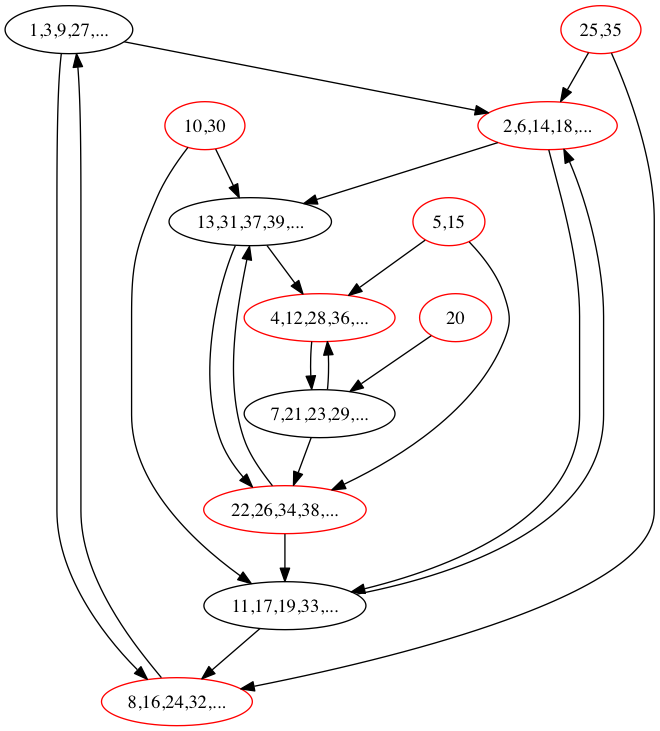
The Graphviz diagram graph40_q3a5b1.png in jwimberley/FiniteFieldCollatz, before a commit. Its source is kept beside it as graph40_q3a5b1.gv.
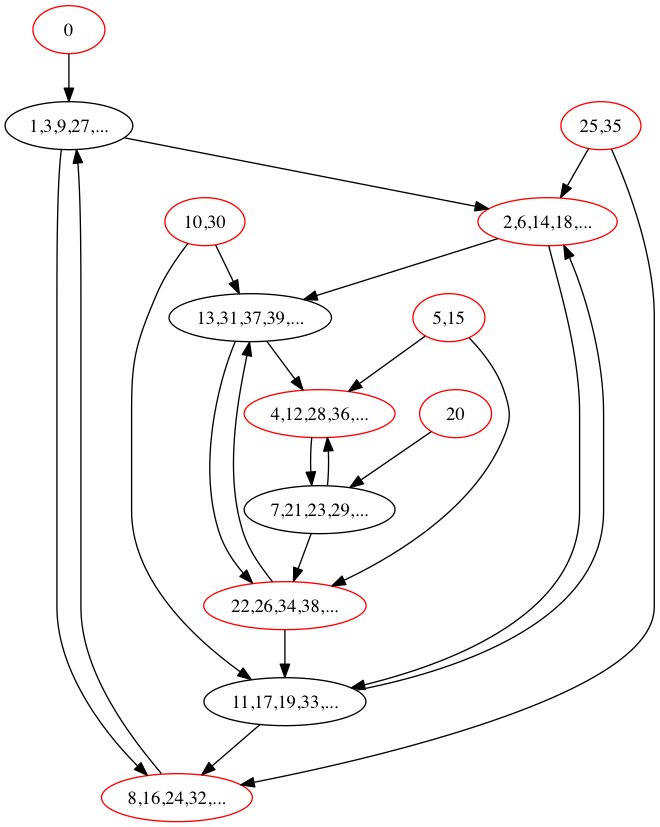
The same file after the commit.

Change to the diagram source:
```diff
@@ -1,35 +1,37 @@
 digraph G {
-0[label="1,3,9,27,...", color="black", bgcolor="lightgrey"];
-1[label="2,6,14,18,...", color="red", bgcolor="red"];
-2[label="4,12,28,36,...", color="red", bgcolor="red"];
-3[label="5,15", color="red", bgcolor="red"];
-4[label="7,21,23,29,...", color="black", bgcolor="lightgrey"];
-5[label="8,16,24,32,...", color="red", bgcolor="red"];
-6[label="10,30", color="red", bgcolor="red"];
-7[label="11,17,19,33,...", color="black", bgcolor="lightgrey"];
-8[label="13,31,37,39,...", color="black", bgcolor="lightgrey"];
-9[label="20", color="red", bgcolor="red"];
-10[label="22,26,34,38,...", color="red", bgcolor="red"];
-11[label="25,35", color="red", bgcolor="red"];
+0[label="0", color="red", bgcolor="red"];
+1[label="1,3,9,27,...", color="black", bgcolor="lightgrey"];
+2[label="2,6,14,18,...", color="red", bgcolor="red"];
+3[label="4,12,28,36,...", color="red", bgcolor="red"];
+4[label="5,15", color="red", bgcolor="red"];
+5[label="7,21,23,29,...", color="black", bgcolor="lightgrey"];
+6[label="8,16,24,32,...", color="red", bgcolor="red"];
+7[label="10,30", color="red", bgcolor="red"];
+8[label="11,17,19,33,...", color="black", bgcolor="lightgrey"];
+9[label="13,31,37,39,...", color="black", bgcolor="lightgrey"];
+10[label="20", color="red", bgcolor="red"];
+11[label="22,26,34,38,...", color="red", bgcolor="red"];
+12[label="25,35", color="red", bgcolor="red"];
 0->1 ;
-0->5 ;
-1->7 ;
-1->8 ;
-2->4 ;
-3->2 ;
-3->10 ;
-4->2 ;
-4->10 ;
-5->0 ;
-6->7 ;
-6->8 ;
-7->1 ;
-7->5 ;
+1->2 ;
+1->6 ;
+2->8 ;
+2->9 ;
+3->5 ;
+4->3 ;
+4->11 ;
+5->3 ;
+5->11 ;
+6->1 ;
+7->8 ;
+7->9 ;
 8->2 ;
-8->10 ;
-9->4 ;
-10->7 ;
-10->8 ;
-11->1 ;
-11->5 ;
+8->6 ;
+9->3 ;
+9->11 ;
+10->5 ;
+11->8 ;
+11->9 ;
+12->2 ;
+12->6 ;
 }
```
